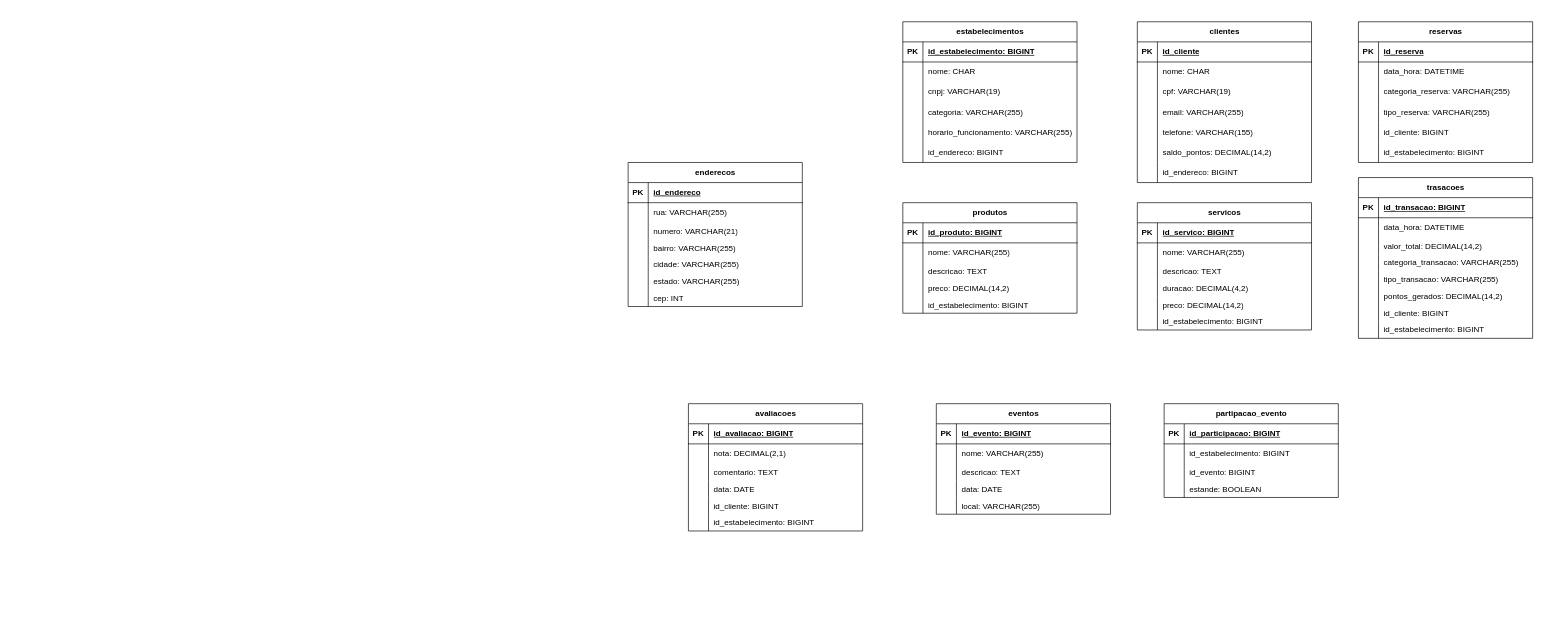
This is Atividade 1 Reposição 25/04.drawio from RenanSMA/3-Semestre, a draw.io file, before an edit. Source tidied: cells renumbered, new cells numbered last; positions are measured from the earlier drawing's top-left corner, leaving out a move shared by most shapes. Both pictures are drawn from the tidied source at 67%, with x=0, y=0 at pixel (628, 21).
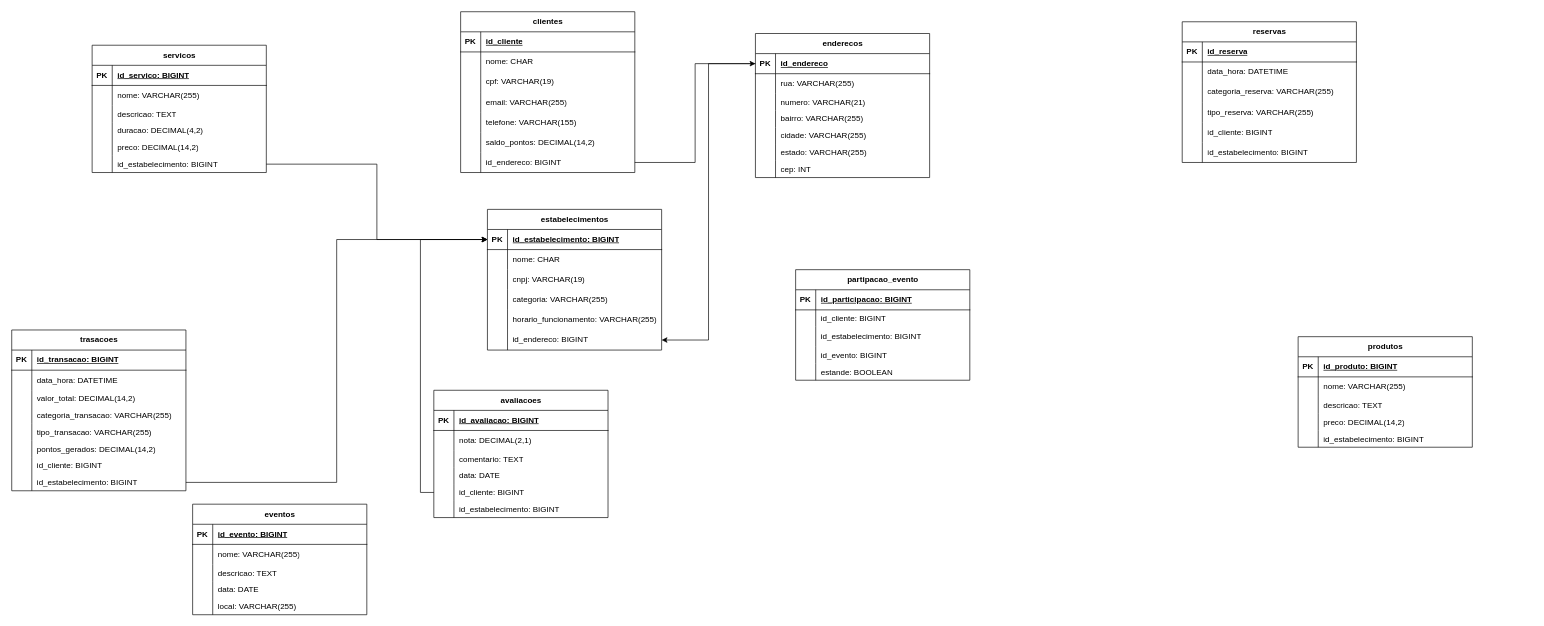
The same diagram, later.

Commit message:
v1.6 Atividade 1 Reposição 25/04.drawio

The change refers to these unchanged cells:
```xml
<mxCell id="3" style="shape=tableRow;horizontal=0;startSize=0;swimlaneHead=0;swimlaneBody=0;fillColor=none;points=[[0,0.5],[1,0.5]];portConstraint=eastwest;top=0;left=0;right=0;bottom=1;" parent="2" vertex="1">
  <mxGeometry y="30" width="260" height="30" as="geometry" />
</mxCell>
<mxCell id="18" style="shape=tableRow;horizontal=0;startSize=0;swimlaneHead=0;swimlaneBody=0;fillColor=none;points=[[0,0.5],[1,0.5]];portConstraint=eastwest;top=0;left=0;right=0;bottom=0;" parent="2" vertex="1">
  <mxGeometry y="180" width="260" height="30" as="geometry" />
</mxCell>
<mxCell id="40" style="shape=tableRow;horizontal=0;startSize=0;swimlaneHead=0;swimlaneBody=0;fillColor=none;points=[[0,0.5],[1,0.5]];portConstraint=eastwest;top=0;left=0;right=0;bottom=0;" parent="21" vertex="1">
  <mxGeometry y="210" width="260" height="30" as="geometry" />
</mxCell>
<mxCell id="75" style="shape=tableRow;horizontal=0;startSize=0;swimlaneHead=0;swimlaneBody=0;fillColor=none;points=[[0,0.5],[1,0.5]];portConstraint=eastwest;top=0;left=0;right=0;bottom=0;" parent="59" vertex="1">
  <mxGeometry y="165" width="260" height="25" as="geometry" />
</mxCell>
<mxCell id="119" style="shape=tableRow;horizontal=0;startSize=0;swimlaneHead=0;swimlaneBody=0;fillColor=none;points=[[0,0.5],[1,0.5]];portConstraint=eastwest;top=0;left=0;right=0;bottom=0;" parent="97" vertex="1">
  <mxGeometry y="215" width="260" height="25" as="geometry" />
</mxCell>
<mxCell id="135" style="shape=tableRow;horizontal=0;startSize=0;swimlaneHead=0;swimlaneBody=0;fillColor=none;points=[[0,0.5],[1,0.5]];portConstraint=eastwest;top=0;left=0;right=0;bottom=0;" parent="122" vertex="1">
  <mxGeometry y="140" width="260" height="25" as="geometry" />
</mxCell>
<mxCell id="171" style="shape=tableRow;horizontal=0;startSize=0;swimlaneHead=0;swimlaneBody=0;fillColor=none;points=[[0,0.5],[1,0.5]];portConstraint=eastwest;top=0;left=0;right=0;bottom=1;" parent="170" vertex="1">
  <mxGeometry y="30" width="260" height="30" as="geometry" />
</mxCell>
```

Diff of the diagram source:
```diff
@@
-    <mxCell id="2" value="estabelecimentos" style="shape=table;startSize=30;childLayout=tableLayout;rowLines=0;fontStyle=1;align=center;html=1;" parent="1" vertex="1">
-      <mxGeometry x="410" width="260" height="210" as="geometry" />
+    <mxCell id="2" value="estabelecimentos" style="shape=table;startSize=30;childLayout=tableLayout;rowLines=0;fontStyle=1;align=center;html=1;fillColor=light-dark(#FFFFFF,#331A00);" parent="1" vertex="1">
+      <mxGeometry x="-210" y="280" width="260" height="210" as="geometry" />
     </mxCell>
@@
     <mxCell id="21" value="clientes" style="shape=table;startSize=30;childLayout=tableLayout;rowLines=0;fontStyle=1;align=center;html=1;" parent="1" vertex="1">
-      <mxGeometry x="760" width="260" height="240" as="geometry" />
+      <mxGeometry x="-250" y="-15" width="260" height="240" as="geometry" />
     </mxCell>
@@
     <mxCell id="43" value="produtos" style="shape=table;startSize=30;childLayout=tableLayout;rowLines=0;fontStyle=1;align=center;html=1;" parent="1" vertex="1">
-      <mxGeometry x="410" y="270" width="260" height="165" as="geometry" />
+      <mxGeometry x="1000" y="470" width="260" height="165" as="geometry" />
     </mxCell>
@@
     <mxCell id="59" value="servicos" style="shape=table;startSize=30;childLayout=tableLayout;rowLines=0;fontStyle=1;align=center;html=1;" parent="1" vertex="1">
-      <mxGeometry x="760" y="270" width="260" height="190" as="geometry" />
+      <mxGeometry x="-800" y="35" width="260" height="190" as="geometry" />
     </mxCell>
@@
     <mxCell id="78" value="reservas" style="shape=table;startSize=30;childLayout=tableLayout;rowLines=0;fontStyle=1;align=center;html=1;" parent="1" vertex="1">
-      <mxGeometry x="1090" width="260" height="210" as="geometry" />
+      <mxGeometry x="827" width="260" height="210" as="geometry" />
     </mxCell>
@@
     <mxCell id="97" value="trasacoes" style="shape=table;startSize=30;childLayout=tableLayout;rowLines=0;fontStyle=1;align=center;html=1;" parent="1" vertex="1">
-      <mxGeometry x="1090" y="232.5" width="260" height="240" as="geometry" />
+      <mxGeometry x="-920" y="460" width="260" height="240" as="geometry" />
     </mxCell>
@@
     <mxCell id="122" value="avaliacoes" style="shape=table;startSize=30;childLayout=tableLayout;rowLines=0;fontStyle=1;align=center;html=1;" parent="1" vertex="1">
-      <mxGeometry x="90" y="570" width="260" height="190" as="geometry" />
+      <mxGeometry x="-290" y="550" width="260" height="190" as="geometry" />
     </mxCell>
@@
     <mxCell id="141" value="eventos" style="shape=table;startSize=30;childLayout=tableLayout;rowLines=0;fontStyle=1;align=center;html=1;" parent="1" vertex="1">
-      <mxGeometry x="460" y="570" width="260" height="165" as="geometry" />
+      <mxGeometry x="-650" y="720" width="260" height="165" as="geometry" />
     </mxCell>
@@
     <mxCell id="157" value="partipacao_evento" style="shape=table;startSize=30;childLayout=tableLayout;rowLines=0;fontStyle=1;align=center;html=1;" parent="1" vertex="1">
-      <mxGeometry x="800" y="570" width="260" height="140" as="geometry" />
+      <mxGeometry x="250" y="370" width="260" height="165" as="geometry" />
     </mxCell>
@@
+    <mxCell id="192" style="shape=tableRow;horizontal=0;startSize=0;swimlaneHead=0;swimlaneBody=0;fillColor=none;top=0;left=0;right=0;bottom=0;" parent="157" vertex="1">
+      <mxGeometry y="60" width="260" height="25" as="geometry" />
+    </mxCell>
+    <mxCell id="193" style="shape=partialRectangle;fillColor=none;top=0;left=0;bottom=0;right=0;overflow=hidden;whiteSpace=wrap;html=1;" parent="192" vertex="1">
+      <mxGeometry width="30" height="25" as="geometry" />
+    </mxCell>
+    <mxCell id="194" value="id_cliente: BIGINT" style="shape=partialRectangle;fillColor=none;top=0;left=0;bottom=0;right=0;align=left;spacingLeft=6;overflow=hidden;whiteSpace=wrap;html=1;" parent="192" vertex="1">
+      <mxGeometry x="30" width="230" height="25" as="geometry" />
+    </mxCell>
     <mxCell id="161" style="shape=tableRow;horizontal=0;startSize=0;swimlaneHead=0;swimlaneBody=0;fillColor=none;top=0;left=0;right=0;bottom=0;" parent="157" vertex="1">
-      <mxGeometry y="60" width="260" height="30" as="geometry" />
+      <mxGeometry y="85" width="260" height="30" as="geometry" />
     </mxCell>
@@
     <mxCell id="164" style="shape=tableRow;horizontal=0;startSize=0;swimlaneHead=0;swimlaneBody=0;fillColor=none;top=0;left=0;right=0;bottom=0;" parent="157" vertex="1">
-      <mxGeometry y="90" width="260" height="25" as="geometry" />
+      <mxGeometry y="115" width="260" height="25" as="geometry" />
     </mxCell>
@@
     <mxCell id="167" style="shape=tableRow;horizontal=0;startSize=0;swimlaneHead=0;swimlaneBody=0;fillColor=none;top=0;left=0;right=0;bottom=0;" parent="157" vertex="1">
-      <mxGeometry y="115" width="260" height="25" as="geometry" />
+      <mxGeometry y="140" width="260" height="25" as="geometry" />
     </mxCell>
@@
-    <mxCell id="170" value="enderecos" style="shape=table;startSize=30;childLayout=tableLayout;rowLines=0;fontStyle=1;align=center;html=1;" parent="1" vertex="1">
-      <mxGeometry y="210" width="260" height="215" as="geometry" />
+    <mxCell id="170" value="enderecos" style="shape=table;startSize=30;childLayout=tableLayout;rowLines=0;fontStyle=1;align=center;html=1;fillColor=light-dark(#FFFFFF,#000033);" parent="1" vertex="1">
+      <mxGeometry x="190" y="17.5" width="260" height="215" as="geometry" />
     </mxCell>
@@
+    <mxCell id="195" style="edgeStyle=orthogonalEdgeStyle;rounded=0;jettySize=auto;html=1;exitX=0;exitY=0.5;exitDx=0;exitDy=0;entryX=1;entryY=0.5;entryDx=0;entryDy=0;" parent="1" edge="1" source="171" target="18">
+      <mxGeometry relative="1" as="geometry" />
+    </mxCell>
+    <mxCell id="196" style="edgeStyle=orthogonalEdgeStyle;rounded=0;jettySize=auto;html=1;exitX=1;exitY=0.5;exitDx=0;exitDy=0;entryX=0;entryY=0.5;entryDx=0;entryDy=0;" parent="1" edge="1" source="75" target="3">
+      <mxGeometry relative="1" as="geometry" />
+    </mxCell>
+    <mxCell id="197" style="edgeStyle=orthogonalEdgeStyle;rounded=0;jettySize=auto;html=1;exitX=1;exitY=0.5;exitDx=0;exitDy=0;entryX=0;entryY=0.5;entryDx=0;entryDy=0;" parent="1" edge="1" source="119" target="3">
+      <mxGeometry relative="1" as="geometry" />
+    </mxCell>
+    <mxCell id="198" style="edgeStyle=orthogonalEdgeStyle;rounded=0;jettySize=auto;html=1;exitX=0;exitY=0.5;exitDx=0;exitDy=0;entryX=0;entryY=0.5;entryDx=0;entryDy=0;" parent="1" edge="1" source="135" target="3">
+      <mxGeometry relative="1" as="geometry" />
+    </mxCell>
+    <mxCell id="199" style="edgeStyle=orthogonalEdgeStyle;rounded=0;jettySize=auto;html=1;exitX=1;exitY=0.5;exitDx=0;exitDy=0;entryX=0;entryY=0.5;entryDx=0;entryDy=0;" parent="1" edge="1" source="40" target="171">
+      <mxGeometry relative="1" as="geometry" />
+    </mxCell>
```
